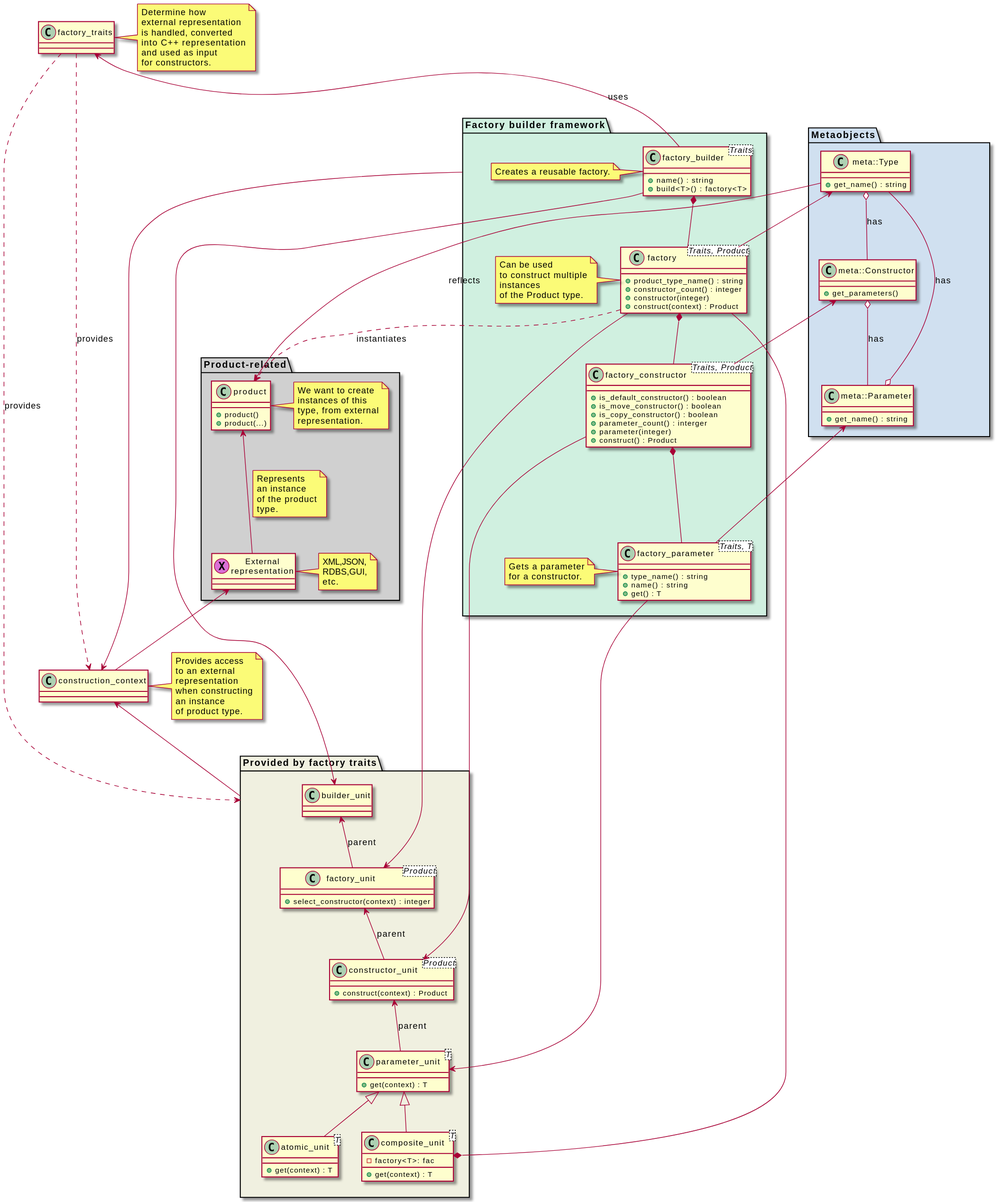
Earlier version of the PlantUML export doc/diagram/factory_generator.svg (matus-chochlik/mirror).
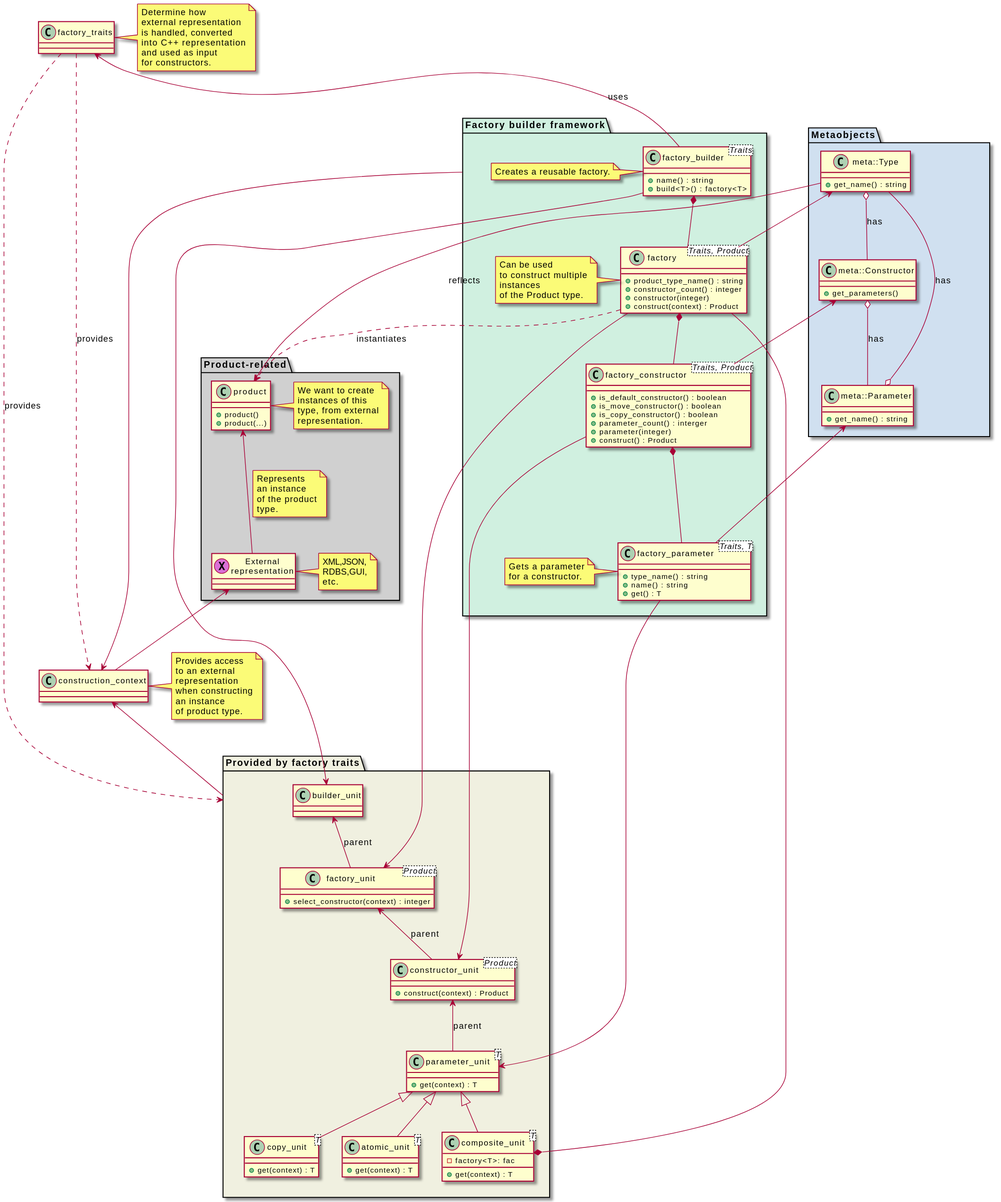
After the change.

Commit message:
Small changes to the factory builder diagram

The edit, as a diff of the source:
```diff
@@ -92,6 +92,10 @@
 		-factory<T>: fac
 		+get(context) : T
 	}
+
+	class copy_unit<T> {
+		+get(context) : T
+	}
 }
 
 class construction_context {
@@ -135,6 +139,7 @@
 
 parameter_unit <|-- atomic_unit
 parameter_unit <|-- composite_unit
+parameter_unit <|-- copy_unit
 
 external_representation <-- construction_context
 
```
